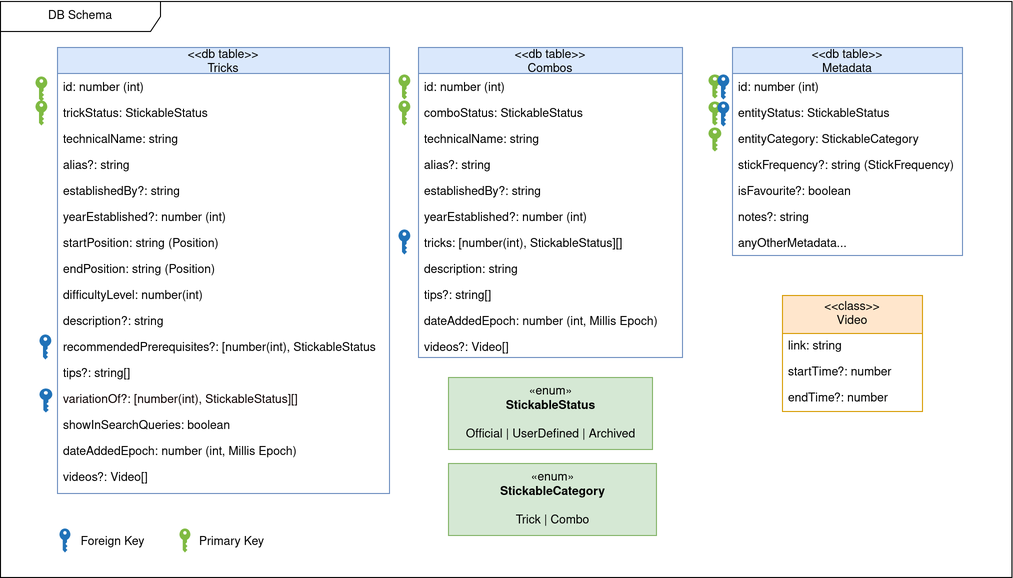
This is src/lib/database/db-schema.drawio.png from bastislack/highline-freestyle, a draw.io export, as it was before one commit. Source tidied: cells renumbered, new cells last; positions are measured from the earlier drawing's top-left corner, leaving out a move shared by most shapes.
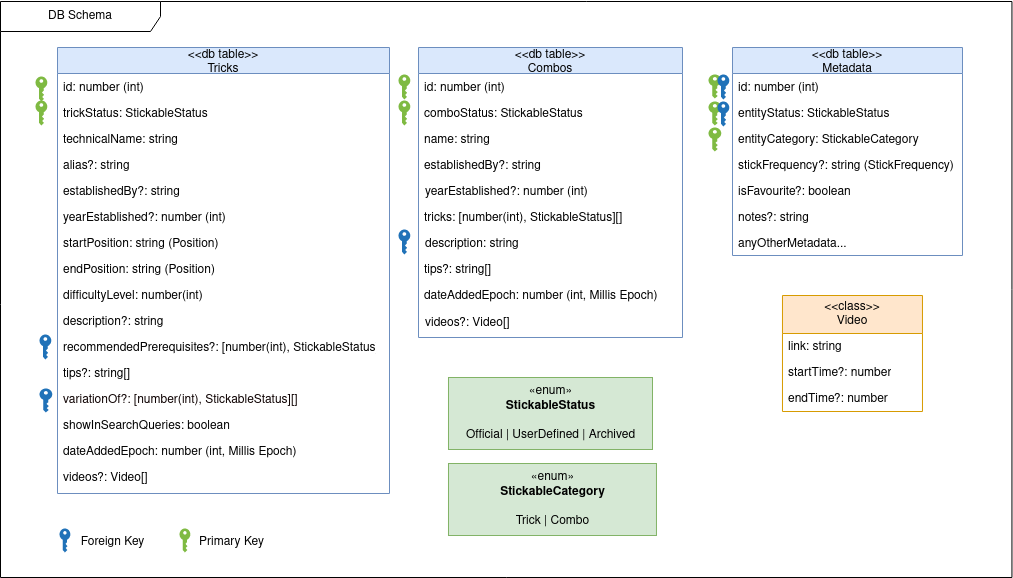
Above is the later version.

What changed in the source:
```diff
@@ -87,7 +87,7 @@
       <mxGeometry x="57" y="463" width="322" height="26" as="geometry" />
     </mxCell>
     <mxCell id="30" value="&lt;&lt;db table&gt;&gt;&#10;Combos" style="swimlane;fontStyle=0;horizontal=1;startSize=26;fillColor=#dae8fc;strokeColor=#6c8ebf;" parent="1" vertex="1">
-      <mxGeometry x="418" y="47" width="264" height="310" as="geometry" />
+      <mxGeometry x="418" y="47" width="264" height="290" as="geometry" />
     </mxCell>
     <mxCell id="31" style="sketch=0;shadow=0;dashed=0;html=1;strokeColor=none;labelPosition=center;verticalLabelPosition=bottom;verticalAlign=top;align=center;shape=mxgraph.office.security.key_permissions;fillColor=#7FBA42;" parent="1" vertex="1">
       <mxGeometry x="398" y="74" width="11.8" height="25" as="geometry" />
@@ -104,32 +104,29 @@
     <mxCell id="35" value="comboStatus: StickableStatus" style="text;strokeColor=none;fillColor=none;align=left;verticalAlign=top;spacingLeft=4;spacingRight=4;overflow=hidden;" parent="1" vertex="1">
       <mxGeometry x="418" y="99" width="230" height="26" as="geometry" />
     </mxCell>
-    <mxCell id="36" value="technicalName: string" style="text;strokeColor=none;fillColor=none;align=left;verticalAlign=top;spacingLeft=4;spacingRight=4;overflow=hidden;" parent="1" vertex="1">
+    <mxCell id="36" value="name: string" style="text;strokeColor=none;fillColor=none;align=left;verticalAlign=top;spacingLeft=4;spacingRight=4;overflow=hidden;" parent="1" vertex="1">
       <mxGeometry x="418" y="125" width="230" height="26" as="geometry" />
     </mxCell>
-    <mxCell id="37" value="alias?: string    " style="text;strokeColor=none;fillColor=none;align=left;verticalAlign=top;spacingLeft=4;spacingRight=4;overflow=hidden;" parent="1" vertex="1">
-      <mxGeometry x="418" y="151" width="230" height="26" as="geometry" />
-    </mxCell>
     <mxCell id="38" value="establishedBy?: string" style="text;strokeColor=none;fillColor=none;align=left;verticalAlign=top;spacingLeft=4;spacingRight=4;overflow=hidden;" parent="1" vertex="1">
-      <mxGeometry x="418" y="177" width="263" height="26" as="geometry" />
+      <mxGeometry x="418" y="151" width="263" height="26" as="geometry" />
     </mxCell>
     <mxCell id="39" value="yearEstablished?: number (int)" style="text;strokeColor=none;fillColor=none;align=left;verticalAlign=top;spacingLeft=4;spacingRight=4;overflow=hidden;" parent="1" vertex="1">
-      <mxGeometry x="418" y="203" width="263" height="26" as="geometry" />
+      <mxGeometry x="419" y="177" width="263" height="26" as="geometry" />
     </mxCell>
     <mxCell id="40" value="tricks: [number(int), StickableStatus][]" style="text;strokeColor=none;fillColor=none;align=left;verticalAlign=top;spacingLeft=4;spacingRight=4;overflow=hidden;" parent="1" vertex="1">
-      <mxGeometry x="418" y="229" width="263" height="26" as="geometry" />
+      <mxGeometry x="418" y="203" width="263" height="26" as="geometry" />
     </mxCell>
     <mxCell id="41" value="description: string" style="text;strokeColor=none;fillColor=none;align=left;verticalAlign=top;spacingLeft=4;spacingRight=4;overflow=hidden;" parent="1" vertex="1">
-      <mxGeometry x="418" y="255" width="264" height="26" as="geometry" />
+      <mxGeometry x="419" y="229" width="264" height="26" as="geometry" />
     </mxCell>
     <mxCell id="42" value="tips?: string[]" style="text;strokeColor=none;fillColor=none;align=left;verticalAlign=top;spacingLeft=4;spacingRight=4;overflow=hidden;" parent="1" vertex="1">
-      <mxGeometry x="418" y="281" width="230" height="26" as="geometry" />
+      <mxGeometry x="418" y="255" width="230" height="26" as="geometry" />
     </mxCell>
     <mxCell id="43" value="dateAddedEpoch: number (int, Millis Epoch)&#10;" style="text;strokeColor=none;fillColor=none;align=left;verticalAlign=top;spacingLeft=4;spacingRight=4;overflow=hidden;" parent="1" vertex="1">
-      <mxGeometry x="418" y="307" width="256" height="26" as="geometry" />
+      <mxGeometry x="418" y="281" width="256" height="26" as="geometry" />
     </mxCell>
     <mxCell id="44" value="videos?: Video[]   " style="text;strokeColor=none;fillColor=none;align=left;verticalAlign=top;spacingLeft=4;spacingRight=4;overflow=hidden;" parent="1" vertex="1">
-      <mxGeometry x="418" y="333" width="230" height="26" as="geometry" />
+      <mxGeometry x="419" y="308" width="230" height="26" as="geometry" />
     </mxCell>
     <mxCell id="45" value="&lt;&lt;db table&gt;&gt;&#10;Metadata" style="swimlane;fontStyle=0;horizontal=1;startSize=26;fillColor=#dae8fc;strokeColor=#6c8ebf;" parent="1" vertex="1">
       <mxGeometry x="732" y="47" width="230" height="208" as="geometry" />
```
